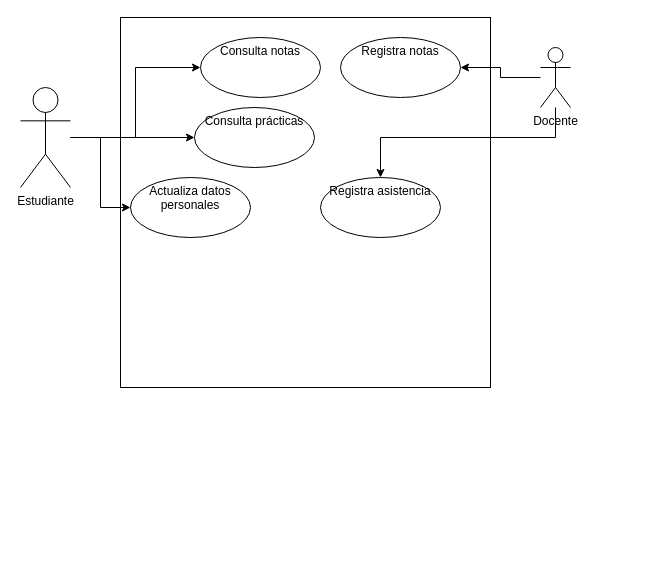
The draw.io diagram Untitled Diagram.drawio in robertoeyzaguirre/iestpbagua, before the edit. Source tidied: cells renumbered, new cells numbered last; positions are measured from the earlier drawing's top-left corner, leaving out a move shared by most shapes. Both pictures are drawn from the tidied source at 100%, with x=0, y=0 at pixel (20, 17).
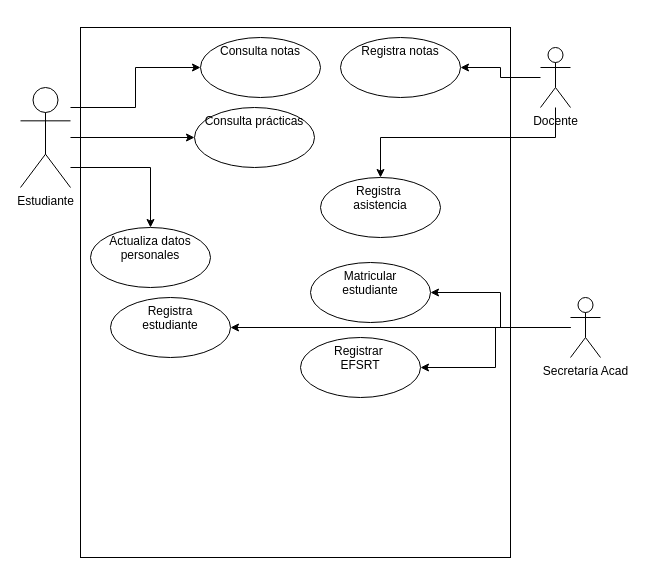
The same page after the edit.

Commit message:
usecase_iestpb_v0

Unchanged cells that the change refers to:
```xml
<mxCell id="6" value="Estudiante" style="shape=umlActor;verticalLabelPosition=bottom;verticalAlign=top;html=1;outlineConnect=0;" parent="1" vertex="1">
  <mxGeometry y="70" width="50" height="100" as="geometry" />
</mxCell>
<mxCell id="7" value="Consulta notas" style="ellipse;whiteSpace=wrap;html=1;verticalAlign=top;" parent="1" vertex="1">
  <mxGeometry x="180" y="20" width="120" height="60" as="geometry" />
</mxCell>
```

The edit, as a diff of the source:
```diff
@@
     <mxCell id="2" style="whiteSpace=wrap;html=1;" parent="1" vertex="1">
-      <mxGeometry x="100" width="370" height="370" as="geometry" />
+      <mxGeometry x="60" y="10" width="430" height="530" as="geometry" />
     </mxCell>
     <mxCell id="3" style="edgeStyle=orthogonalEdgeStyle;rounded=0;jettySize=auto;html=1;" parent="1" edge="1" source="6" target="7">
-      <mxGeometry relative="1" as="geometry" />
+      <mxGeometry relative="1" as="geometry">
+        <Array as="points">
+          <mxPoint x="115" y="90" />
+          <mxPoint x="115" y="50" />
+        </Array>
+      </mxGeometry>
     </mxCell>
@@
     <mxCell id="5" style="edgeStyle=orthogonalEdgeStyle;rounded=0;jettySize=auto;html=1;" parent="1" edge="1" source="6" target="9">
-      <mxGeometry relative="1" as="geometry" />
+      <mxGeometry relative="1" as="geometry">
+        <Array as="points">
+          <mxPoint x="130" y="150" />
+        </Array>
+      </mxGeometry>
     </mxCell>
@@
     <mxCell id="9" value="Actualiza datos personales" style="ellipse;whiteSpace=wrap;html=1;verticalAlign=top;" parent="1" vertex="1">
-      <mxGeometry x="110" y="160" width="120" height="60" as="geometry" />
+      <mxGeometry x="70" y="210" width="120" height="60" as="geometry" />
     </mxCell>
@@
-    <mxCell id="14" value="Registra asistencia" style="ellipse;whiteSpace=wrap;html=1;verticalAlign=top;" parent="1" vertex="1">
+    <mxCell id="14" value="Registra&amp;nbsp;&lt;br&gt;asistencia" style="ellipse;whiteSpace=wrap;html=1;verticalAlign=top;" parent="1" vertex="1">
       <mxGeometry x="300" y="160" width="120" height="60" as="geometry" />
     </mxCell>
+    <mxCell id="15" style="edgeStyle=orthogonalEdgeStyle;rounded=0;jettySize=auto;html=1;" parent="1" edge="1" source="18" target="19">
+      <mxGeometry relative="1" as="geometry" />
+    </mxCell>
+    <mxCell id="16" style="edgeStyle=orthogonalEdgeStyle;rounded=0;jettySize=auto;html=1;" parent="1" edge="1" source="18" target="20">
+      <mxGeometry relative="1" as="geometry" />
+    </mxCell>
+    <mxCell id="17" style="edgeStyle=orthogonalEdgeStyle;rounded=0;jettySize=auto;html=1;" parent="1" edge="1" source="18" target="21">
+      <mxGeometry relative="1" as="geometry" />
+    </mxCell>
+    <mxCell id="18" value="Secretaría Acad" style="shape=umlActor;verticalLabelPosition=bottom;verticalAlign=top;html=1;outlineConnect=0;" parent="1" vertex="1">
+      <mxGeometry x="550" y="280" width="30" height="60" as="geometry" />
+    </mxCell>
+    <mxCell id="19" value="Matricular &lt;br&gt;estudiante" style="ellipse;whiteSpace=wrap;html=1;verticalAlign=top;" parent="1" vertex="1">
+      <mxGeometry x="290" y="245" width="120" height="60" as="geometry" />
+    </mxCell>
+    <mxCell id="20" value="Registrar&amp;nbsp;&lt;br&gt;EFSRT" style="ellipse;whiteSpace=wrap;html=1;verticalAlign=top;" parent="1" vertex="1">
+      <mxGeometry x="280" y="320" width="120" height="60" as="geometry" />
+    </mxCell>
+    <mxCell id="21" value="Registra &lt;br&gt;estudiante" style="ellipse;whiteSpace=wrap;html=1;verticalAlign=top;" parent="1" vertex="1">
+      <mxGeometry x="90" y="280" width="120" height="60" as="geometry" />
+    </mxCell>
```
